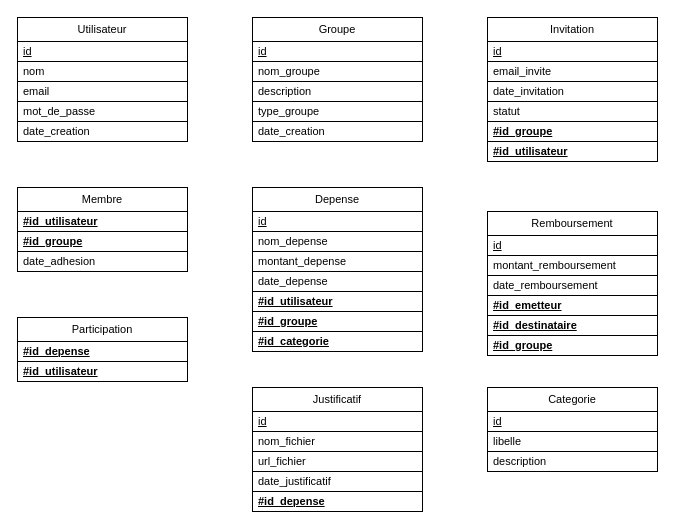
Above: page "MLD" (1 of 2) of SUPCOUNT/MODELISATION/mld_mpd.drawio in KNANETTE/PROJET_SQL_-BSIC-2 (draw.io), before the change. Source tidied: cells renumbered, new cells numbered last; positions are measured from the earlier drawing's top-left corner, leaving out a move shared by most shapes. Both pictures are drawn from the tidied source at 100%, with x=0, y=0 at pixel (17, 17).
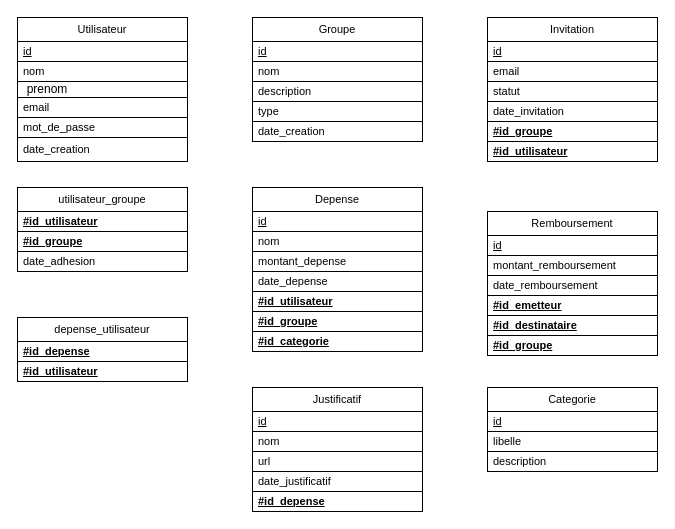
After the change.

Change to the diagram source:
```diff
@@
     <mxCell id="5" value="email" style="rounded=0;whiteSpace=wrap;html=1;fillColor=#ffffff;strokeColor=#000000;fontColor=#000000;fontSize=11;align=left;spacingLeft=4;fontStyle=0;" parent="1" vertex="1">
-      <mxGeometry y="64" width="170" height="20" as="geometry" />
+      <mxGeometry y="80" width="170" height="20" as="geometry" />
     </mxCell>
     <mxCell id="6" value="mot_de_passe" style="rounded=0;whiteSpace=wrap;html=1;fillColor=#ffffff;strokeColor=#000000;fontColor=#000000;fontSize=11;align=left;spacingLeft=4;fontStyle=0;" parent="1" vertex="1">
-      <mxGeometry y="84" width="170" height="20" as="geometry" />
+      <mxGeometry y="100" width="170" height="20" as="geometry" />
     </mxCell>
     <mxCell id="7" value="date_creation" style="rounded=0;whiteSpace=wrap;html=1;fillColor=#ffffff;strokeColor=#000000;fontColor=#000000;fontSize=11;align=left;spacingLeft=4;fontStyle=0;" parent="1" vertex="1">
-      <mxGeometry y="104" width="170" height="20" as="geometry" />
+      <mxGeometry y="120" width="170" height="24" as="geometry" />
     </mxCell>
@@
-    <mxCell id="10" value="nom_groupe" style="rounded=0;whiteSpace=wrap;html=1;fillColor=#ffffff;strokeColor=#000000;fontColor=#000000;fontSize=11;align=left;spacingLeft=4;fontStyle=0;" parent="1" vertex="1">
+    <mxCell id="10" value="nom" style="rounded=0;whiteSpace=wrap;html=1;fillColor=#ffffff;strokeColor=#000000;fontColor=#000000;fontSize=11;align=left;spacingLeft=4;fontStyle=0;" parent="1" vertex="1">
       <mxGeometry x="235" y="44" width="170" height="20" as="geometry" />
     </mxCell>
@@
-    <mxCell id="12" value="type_groupe" style="rounded=0;whiteSpace=wrap;html=1;fillColor=#ffffff;strokeColor=#000000;fontColor=#000000;fontSize=11;align=left;spacingLeft=4;fontStyle=0;" parent="1" vertex="1">
+    <mxCell id="12" value="type" style="rounded=0;whiteSpace=wrap;html=1;fillColor=#ffffff;strokeColor=#000000;fontColor=#000000;fontSize=11;align=left;spacingLeft=4;fontStyle=0;" parent="1" vertex="1">
       <mxGeometry x="235" y="84" width="170" height="20" as="geometry" />
     </mxCell>
@@
-    <mxCell id="16" value="email_invite" style="rounded=0;whiteSpace=wrap;html=1;fillColor=#ffffff;strokeColor=#000000;fontColor=#000000;fontSize=11;align=left;spacingLeft=4;fontStyle=0;" parent="1" vertex="1">
+    <mxCell id="16" value="email" style="rounded=0;whiteSpace=wrap;html=1;fillColor=#ffffff;strokeColor=#000000;fontColor=#000000;fontSize=11;align=left;spacingLeft=4;fontStyle=0;" parent="1" vertex="1">
       <mxGeometry x="470" y="44" width="170" height="20" as="geometry" />
     </mxCell>
     <mxCell id="17" value="date_invitation" style="rounded=0;whiteSpace=wrap;html=1;fillColor=#ffffff;strokeColor=#000000;fontColor=#000000;fontSize=11;align=left;spacingLeft=4;fontStyle=0;" parent="1" vertex="1">
-      <mxGeometry x="470" y="64" width="170" height="20" as="geometry" />
+      <mxGeometry x="470" y="84" width="170" height="20" as="geometry" />
     </mxCell>
     <mxCell id="18" value="statut" style="rounded=0;whiteSpace=wrap;html=1;fillColor=#ffffff;strokeColor=#000000;fontColor=#000000;fontSize=11;align=left;spacingLeft=4;fontStyle=0;" parent="1" vertex="1">
-      <mxGeometry x="470" y="84" width="170" height="20" as="geometry" />
+      <mxGeometry x="470" y="64" width="170" height="20" as="geometry" />
     </mxCell>
@@
-    <mxCell id="21" value="Membre" style="rounded=0;whiteSpace=wrap;html=1;fillColor=#ffffff;strokeColor=#000000;fontColor=#000000;fontSize=11;align=center;" parent="1" vertex="1">
+    <mxCell id="21" value="utilisateur_groupe" style="rounded=0;whiteSpace=wrap;html=1;fillColor=#ffffff;strokeColor=#000000;fontColor=#000000;fontSize=11;align=center;" parent="1" vertex="1">
       <mxGeometry y="170" width="170" height="24" as="geometry" />
     </mxCell>
@@
-    <mxCell id="27" value="nom_depense" style="rounded=0;whiteSpace=wrap;html=1;fillColor=#ffffff;strokeColor=#000000;fontColor=#000000;fontSize=11;align=left;spacingLeft=4;fontStyle=0;" parent="1" vertex="1">
+    <mxCell id="27" value="nom" style="rounded=0;whiteSpace=wrap;html=1;fillColor=#ffffff;strokeColor=#000000;fontColor=#000000;fontSize=11;align=left;spacingLeft=4;fontStyle=0;" parent="1" vertex="1">
       <mxGeometry x="235" y="214" width="170" height="20" as="geometry" />
     </mxCell>
@@
-    <mxCell id="40" value="Participation" style="rounded=0;whiteSpace=wrap;html=1;fillColor=#ffffff;strokeColor=#000000;fontColor=#000000;fontSize=11;align=center;" parent="1" vertex="1">
+    <mxCell id="40" value="depense_utilisateur" style="rounded=0;whiteSpace=wrap;html=1;fillColor=#ffffff;strokeColor=#000000;fontColor=#000000;fontSize=11;align=center;" parent="1" vertex="1">
       <mxGeometry y="300" width="170" height="24" as="geometry" />
     </mxCell>
@@
-    <mxCell id="45" value="nom_fichier" style="rounded=0;whiteSpace=wrap;html=1;fillColor=#ffffff;strokeColor=#000000;fontColor=#000000;fontSize=11;align=left;spacingLeft=4;fontStyle=0;" parent="1" vertex="1">
+    <mxCell id="45" value="nom" style="rounded=0;whiteSpace=wrap;html=1;fillColor=#ffffff;strokeColor=#000000;fontColor=#000000;fontSize=11;align=left;spacingLeft=4;fontStyle=0;" parent="1" vertex="1">
       <mxGeometry x="235" y="414" width="170" height="20" as="geometry" />
     </mxCell>
-    <mxCell id="46" value="url_fichier" style="rounded=0;whiteSpace=wrap;html=1;fillColor=#ffffff;strokeColor=#000000;fontColor=#000000;fontSize=11;align=left;spacingLeft=4;fontStyle=0;" parent="1" vertex="1">
+    <mxCell id="46" value="url" style="rounded=0;whiteSpace=wrap;html=1;fillColor=#ffffff;strokeColor=#000000;fontColor=#000000;fontSize=11;align=left;spacingLeft=4;fontStyle=0;" parent="1" vertex="1">
       <mxGeometry x="235" y="434" width="170" height="20" as="geometry" />
     </mxCell>
@@
+    <mxCell id="53" value="prenom" style="text;html=1;whiteSpace=wrap;strokeColor=none;fillColor=none;align=center;verticalAlign=middle;rounded=0;" parent="1" vertex="1">
+      <mxGeometry y="57" width="60" height="30" as="geometry" />
+    </mxCell>
+    <mxCell id="54" style="endArrow=none;html=1;exitX=1;exitY=0;exitDx=0;exitDy=0;" parent="1" edge="1" source="5">
+      <mxGeometry relative="1" as="geometry">
+        <mxPoint x="170" y="60" as="targetPoint" />
+      </mxGeometry>
+    </mxCell>
+    <mxCell id="55" style="endArrow=none;html=1;entryX=0;entryY=0.25;entryDx=0;entryDy=0;" parent="1" edge="1" target="53">
+      <mxGeometry relative="1" as="geometry">
+        <mxPoint y="110" as="sourcePoint" />
+      </mxGeometry>
+    </mxCell>
```
